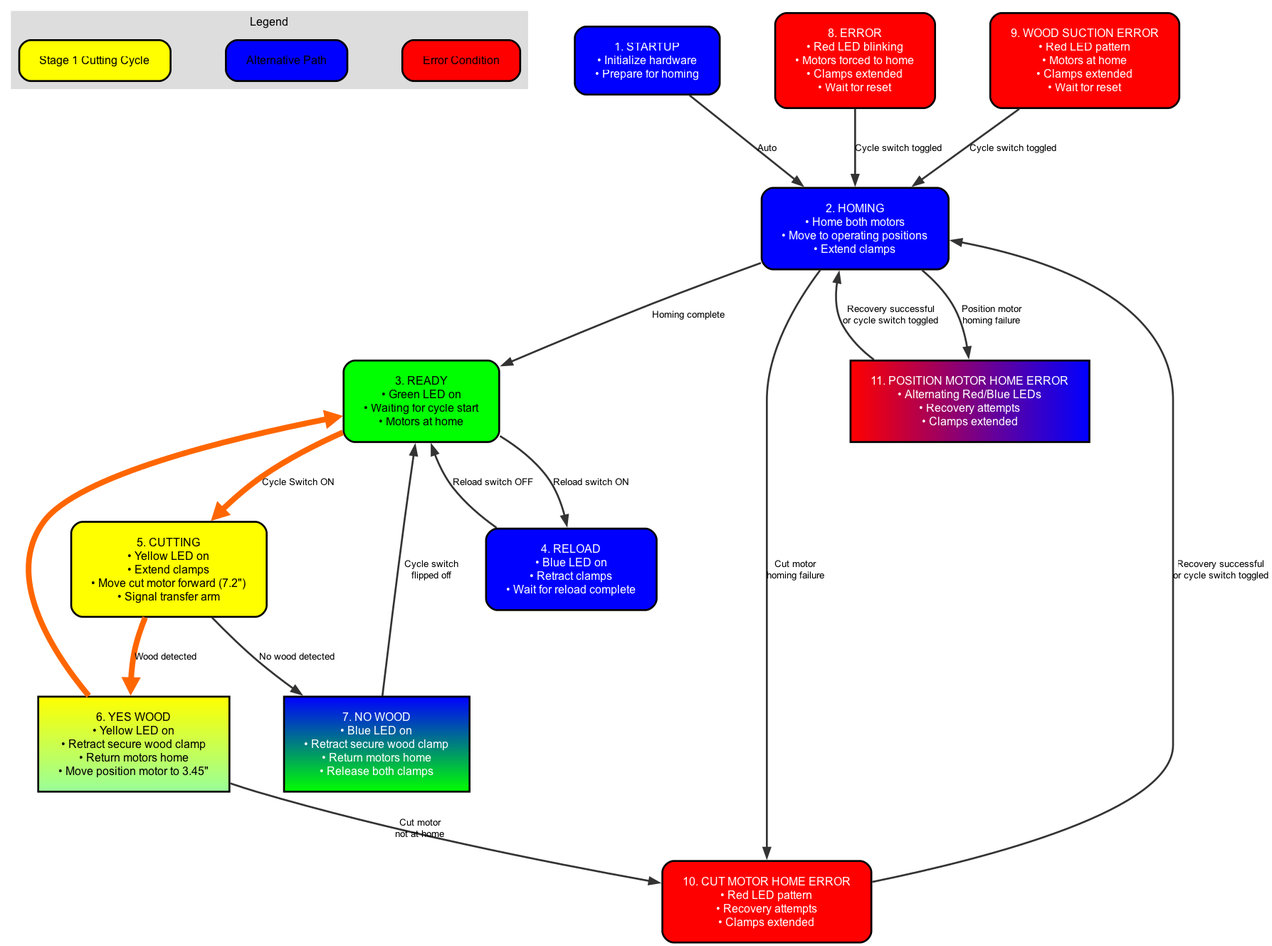
Earlier version of the Graphviz export flowcharts/png_files/cutting_machine_flowchart.png (akivaweil/Stage-1-Mar25). Its source is kept beside it as flowcharts/dot_files/cutting_machine_flowchart.dot.
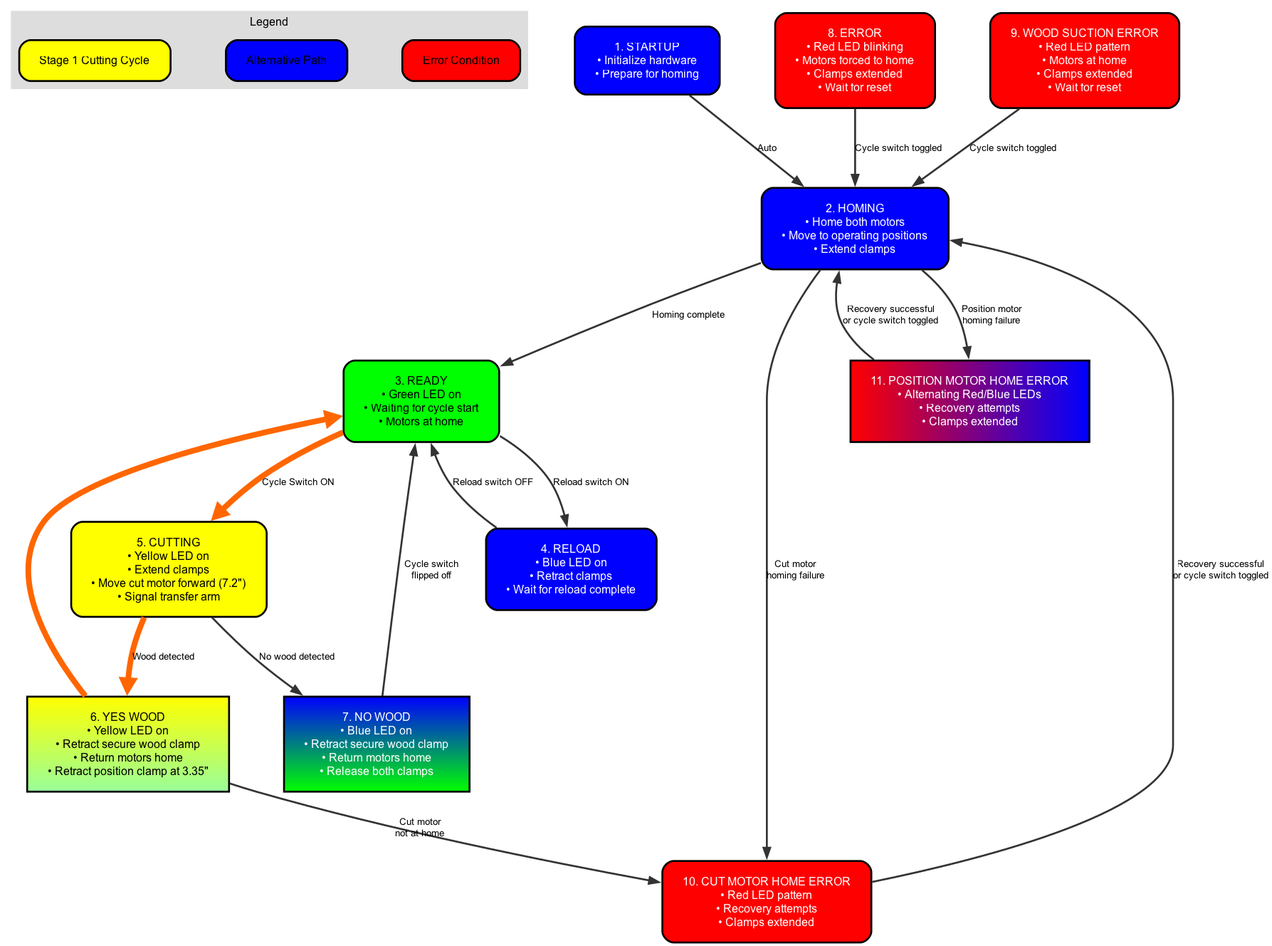
The same file after the commit.

Commit message:
Updated step 6.3 to correctly show 'Retract position clamp at 3.35 inches' for consistency across flowcharts

What changed in the source:
```diff
@@ -19,7 +19,7 @@
   READY [label="3. READY\n• Green LED on\n• Waiting for cycle start\n• Motors at home", fillcolor="#00FF00"];
   RELOAD [label="4. RELOAD\n• Blue LED on\n• Retract clamps\n• Wait for reload complete", fillcolor="#0000FF", fontcolor="white"];
   CUTTING [label="5. CUTTING\n• Yellow LED on\n• Extend clamps\n• Move cut motor forward (7.2\")\n• Signal transfer arm", fillcolor="#FFFF00"];
-  YESWOOD [label="6. YES WOOD\n• Yellow LED on\n• Retract secure wood clamp\n• Return motors home\n• Move position motor to 3.45\"", style="filled", fillcolor="#FFFF00:#99FF99", gradientangle=270];
+  YESWOOD [label="6. YES WOOD\n• Yellow LED on\n• Retract secure wood clamp\n• Return motors home\n• Retract position clamp at 3.35\"", style="filled", fillcolor="#FFFF00:#99FF99", gradientangle=270];
   NOWOOD [label="7. NO WOOD\n• Blue LED on\n• Retract secure wood clamp\n• Return motors home\n• Release both clamps", style="filled", fillcolor="#0000FF:#00FF00", fontcolor="white", gradientangle=270];
   ERROR [label="8. ERROR\n• Red LED blinking\n• Motors forced to home\n• Clamps extended\n• Wait for reset", fillcolor="#FF0000", fontcolor="white"];
   WOOD_SUCTION_ERROR [label="9. WOOD SUCTION ERROR\n• Red LED pattern\n• Motors at home\n• Clamps extended\n• Wait for reset", fillcolor="#FF0000", fontcolor="white"];
```
